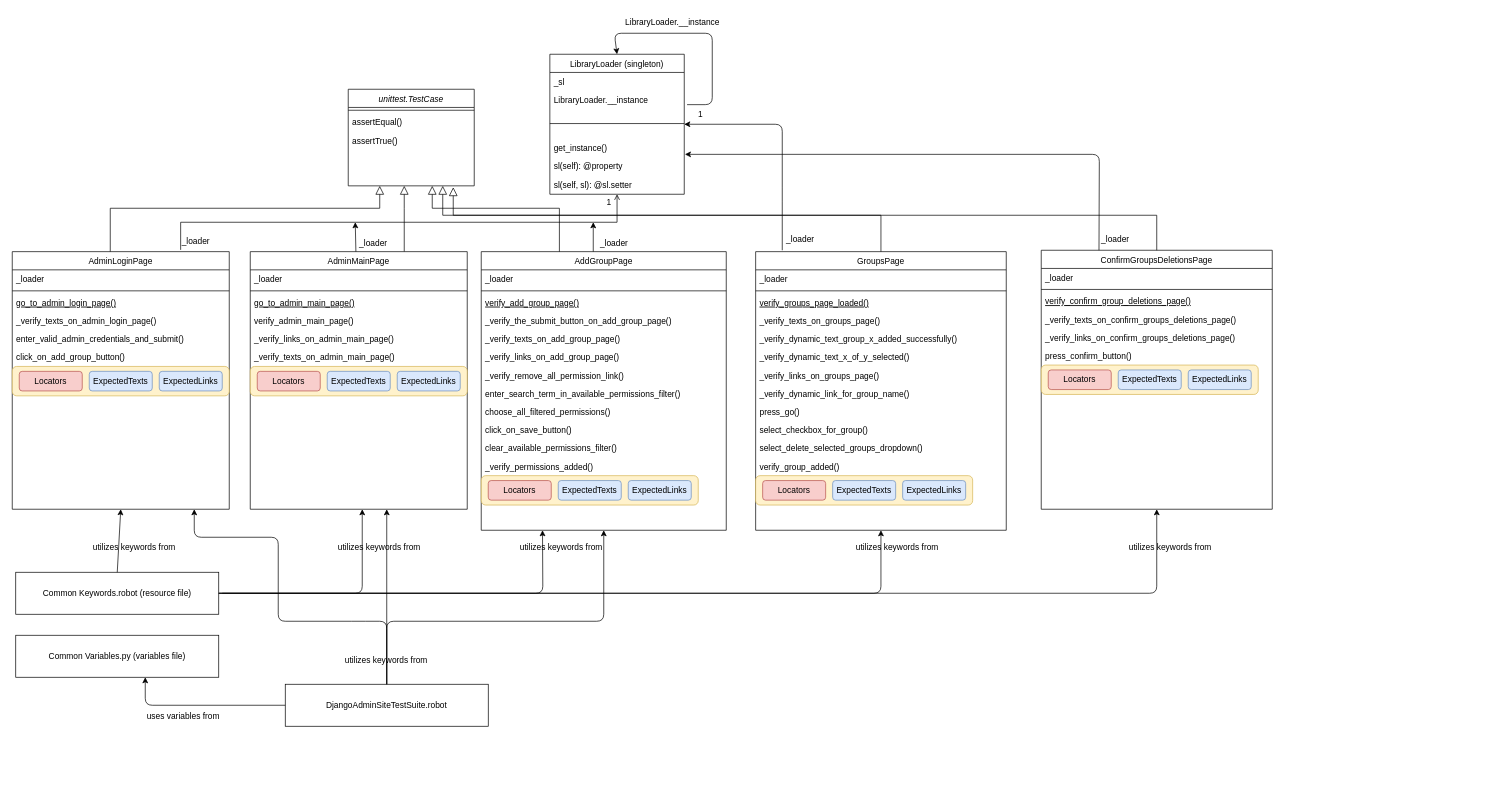
Above: Uml-Draw.io/DjangoAdminSiteTestSuite.drawio in TeddyTeddy/robot-fw-seleniumlibrary-tests (draw.io), before the change. Source tidied: cells renumbered, new cells numbered last; positions are measured from the earlier drawing's top-left corner, leaving out a move shared by most shapes. Both pictures are drawn from the tidied source at 70%, with x=0, y=0 at pixel (12, 12).
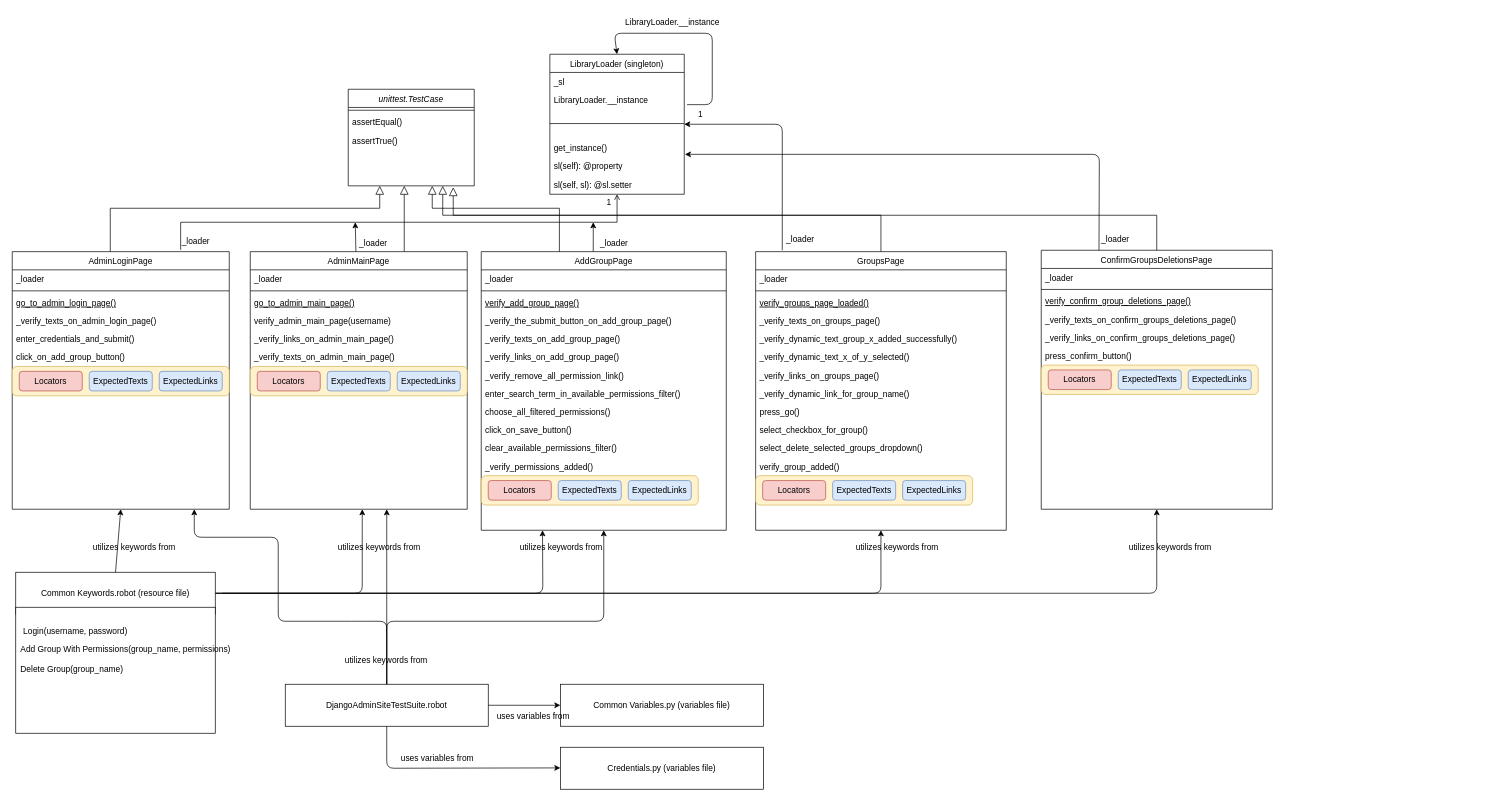
The same diagram, later.

The change refers to these unchanged cells:
```xml
<mxCell id="6" value="AdminLoginPage" style="swimlane;fontStyle=0;align=center;verticalAlign=top;horizontal=1;startSize=26;rounded=0;shadow=0;strokeWidth=1;" parent="1" vertex="1">
  <mxGeometry y="342" width="310" height="368" as="geometry" />
</mxCell>
<mxCell id="32" value="AdminMainPage" style="swimlane;fontStyle=0;align=center;verticalAlign=top;horizontal=1;startSize=26;rounded=0;shadow=0;strokeWidth=1;" parent="1" vertex="1">
  <mxGeometry x="340" y="342" width="310" height="368" as="geometry" />
</mxCell>
<mxCell id="110" value="DjangoAdminSiteTestSuite.robot" style="rounded=0;whiteSpace=wrap;html=1;" parent="1" vertex="1">
  <mxGeometry x="390" y="960" width="290" height="60" as="geometry" />
</mxCell>
```

Diff of the diagram source:
```diff
@@
-    <mxCell id="11" value="enter_valid_admin_credentials_and_submit()&#10;" style="text;align=left;verticalAlign=top;spacingLeft=4;spacingRight=4;overflow=hidden;" parent="6" vertex="1">
+    <mxCell id="11" value="enter_credentials_and_submit()" style="text;align=left;verticalAlign=top;spacingLeft=4;spacingRight=4;overflow=hidden;" parent="6" vertex="1">
       <mxGeometry y="112" width="310" height="26" as="geometry" />
     </mxCell>
@@
-    <mxCell id="36" value="verify_admin_main_page()" style="text;align=left;verticalAlign=top;spacingLeft=4;spacingRight=4;overflow=hidden;" parent="32" vertex="1">
+    <mxCell id="36" value="verify_admin_main_page(username)" style="text;align=left;verticalAlign=top;spacingLeft=4;spacingRight=4;overflow=hidden;" parent="32" vertex="1">
       <mxGeometry y="86" width="310" height="26" as="geometry" />
     </mxCell>
@@
-    <mxCell id="104" value="Common Keywords.robot (resource file)" style="rounded=0;whiteSpace=wrap;html=1;" parent="1" vertex="1">
-      <mxGeometry x="5" y="800" width="290" height="60" as="geometry" />
-    </mxCell>
@@
     <mxCell id="109" value="Common Variables.py (variables file)" style="rounded=0;whiteSpace=wrap;html=1;" parent="1" vertex="1">
-      <mxGeometry x="5" y="890" width="290" height="60" as="geometry" />
+      <mxGeometry x="783" y="960" width="290" height="60" as="geometry" />
     </mxCell>
@@
-    <mxCell id="121" style="endArrow=classic;html=1;exitX=0;exitY=0.5;exitDx=0;exitDy=0;" parent="1" edge="1" source="110">
-      <mxGeometry relative="1" as="geometry">
-        <mxPoint x="190" y="950" as="targetPoint" />
-        <Array as="points">
-          <mxPoint x="190" y="990" />
-        </Array>
-      </mxGeometry>
+    <mxCell id="121" style="endArrow=classic;html=1;exitX=1;exitY=0.5;exitDx=0;exitDy=0;" parent="1" edge="1" source="110" target="109">
+      <mxGeometry relative="1" as="geometry" />
     </mxCell>
     <mxCell id="122" value="uses variables from" style="text;html=1;align=center;verticalAlign=middle;labelBackgroundColor=none;rounded=0;shadow=0;strokeWidth=1;fontSize=12;" parent="1" vertex="1">
-      <mxGeometry x="710" y="930" as="geometry">
+      <mxGeometry x="1210" y="930" as="geometry">
         <mxPoint x="-466.2" y="75" as="offset" />
       </mxGeometry>
     </mxCell>
+    <mxCell id="123" style="group;" parent="1" vertex="1">
+      <mxGeometry x="5" y="800" width="285" height="230" as="geometry" />
+    </mxCell>
+    <mxCell id="104" value="Common Keywords.robot (resource file)" style="rounded=0;whiteSpace=wrap;html=1;" parent="123" vertex="1">
+      <mxGeometry width="285" height="60" as="geometry" />
+    </mxCell>
+    <mxCell id="124" style="rounded=0;whiteSpace=wrap;html=1;" parent="123" vertex="1">
+      <mxGeometry y="50" width="285" height="180" as="geometry" />
+    </mxCell>
+    <mxCell id="125" value="Login(username, password)" style="text;align=left;verticalAlign=top;spacingLeft=4;spacingRight=4;overflow=hidden;" parent="123" vertex="1">
+      <mxGeometry x="5" y="70" width="270" height="26" as="geometry" />
+    </mxCell>
+    <mxCell id="126" value="Add Group With Permissions(group_name, permissions)" style="text;html=1;" parent="123" vertex="1">
+      <mxGeometry x="5" y="96" width="270" height="30" as="geometry" />
+    </mxCell>
+    <mxCell id="127" value="Delete Group(group_name)" style="text;html=1;" parent="123" vertex="1">
+      <mxGeometry x="5" y="125" width="220" height="30" as="geometry" />
+    </mxCell>
+    <mxCell id="128" value="Credentials.py (variables file)" style="rounded=0;whiteSpace=wrap;html=1;" parent="1" vertex="1">
+      <mxGeometry x="783" y="1050" width="290" height="60" as="geometry" />
+    </mxCell>
+    <mxCell id="129" style="endArrow=classic;html=1;exitX=0.5;exitY=1;exitDx=0;exitDy=0;" parent="1" edge="1" source="110">
+      <mxGeometry relative="1" as="geometry">
+        <mxPoint x="783" y="1079.5" as="targetPoint" />
+        <Array as="points">
+          <mxPoint x="535" y="1080" />
+        </Array>
+      </mxGeometry>
+    </mxCell>
+    <mxCell id="130" value="uses variables from" style="text;html=1;align=center;verticalAlign=middle;labelBackgroundColor=none;rounded=0;shadow=0;strokeWidth=1;fontSize=12;" parent="1" vertex="1">
+      <mxGeometry x="1073" y="990" as="geometry">
+        <mxPoint x="-466.2" y="75" as="offset" />
+      </mxGeometry>
+    </mxCell>
```
